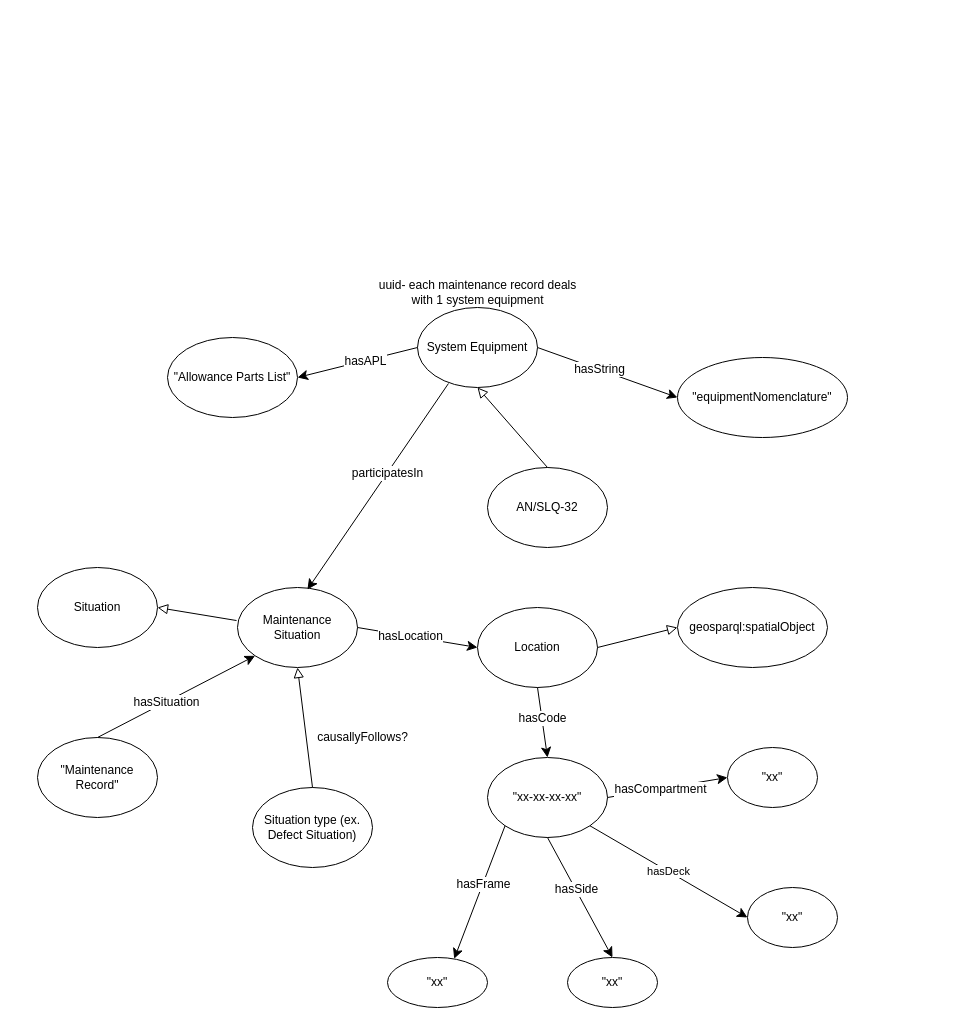
Before: Drawio Patterns/sysEquip.drawio in nd-crane/Drawio-experiments, a draw.io diagram. Source tidied: cells renumbered, new cells numbered last; positions are measured from the earlier drawing's top-left corner, leaving out a move shared by most shapes. Both pictures are drawn from the tidied source at 100%, with x=0, y=0 at pixel (37, 277).
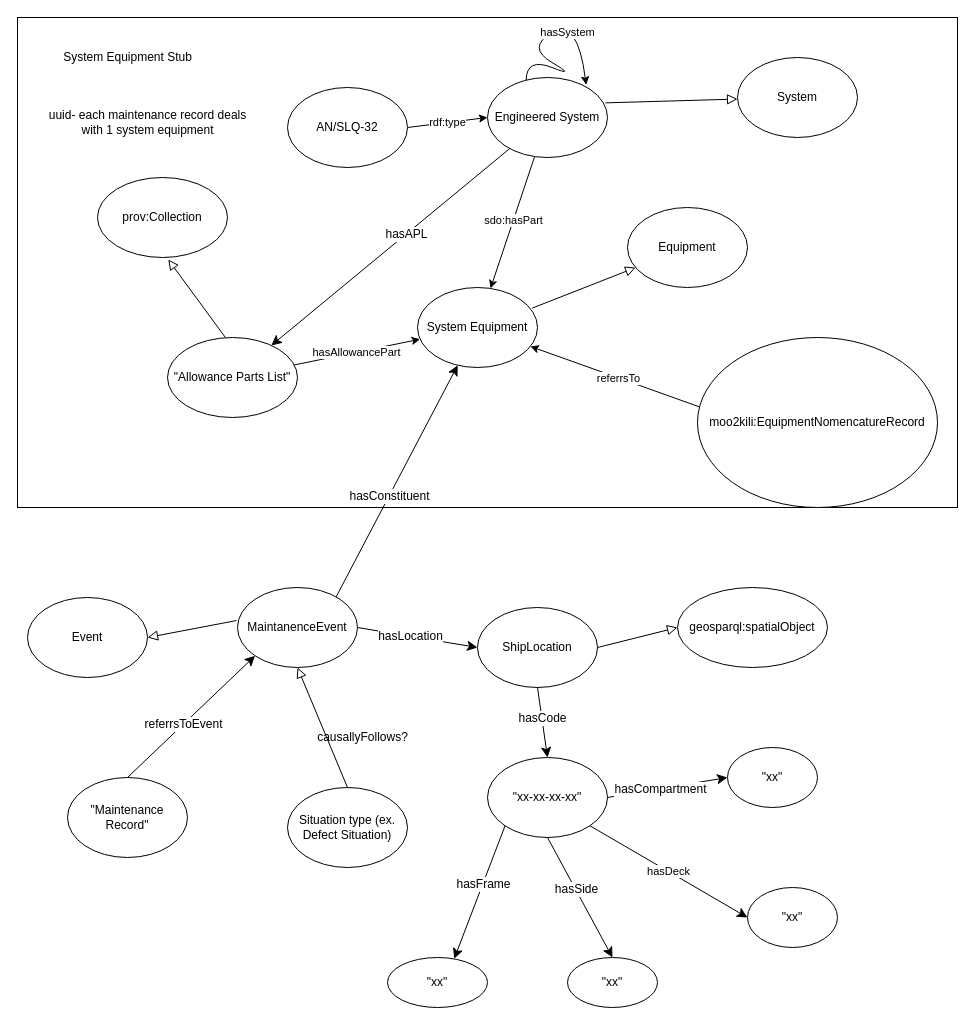
The same diagram, later.

The change refers to these unchanged cells:
```xml
<mxCell id="7" value="&quot;Allowance Parts List&quot;" style="ellipse;whiteSpace=wrap;html=1;" parent="1" vertex="1">
  <mxGeometry x="130" y="60" width="130" height="80" as="geometry" />
</mxCell>
<mxCell id="28" style="endArrow=classic;html=1;exitX=0.5;exitY=0;exitDx=0;exitDy=0;entryX=0;entryY=1;entryDx=0;entryDy=0;endSize=8;arcSize=0;" parent="1" edge="1" source="27" target="2">
  <mxGeometry relative="1" as="geometry" />
</mxCell>
```

Change to the diagram source:
```diff
@@
+    <mxCell id="42" style="rounded=0;whiteSpace=wrap;html=1;" parent="1" vertex="1">
+      <mxGeometry x="-20" y="-260" width="940" height="490" as="geometry" />
+    </mxCell>
-    <mxCell id="2" value="Maintenance Situation" style="ellipse;whiteSpace=wrap;html=1;" parent="1" vertex="1">
+    <mxCell id="2" value="MaintanenceEvent" style="ellipse;whiteSpace=wrap;html=1;" parent="1" vertex="1">
       <mxGeometry x="200" y="310" width="120" height="80" as="geometry" />
     </mxCell>
-    <mxCell id="3" value="Location" style="ellipse;whiteSpace=wrap;html=1;" parent="1" vertex="1">
+    <mxCell id="3" value="ShipLocation" style="ellipse;whiteSpace=wrap;html=1;" parent="1" vertex="1">
       <mxGeometry x="440" y="330" width="120" height="80" as="geometry" />
     </mxCell>
-    <mxCell id="4" value="Situation" style="ellipse;whiteSpace=wrap;html=1;" parent="1" vertex="1">
-      <mxGeometry y="290" width="120" height="80" as="geometry" />
+    <mxCell id="4" value="Event" style="ellipse;whiteSpace=wrap;html=1;" parent="1" vertex="1">
+      <mxGeometry x="-10" y="320" width="120" height="80" as="geometry" />
     </mxCell>
     <mxCell id="5" value="System Equipment" style="ellipse;whiteSpace=wrap;html=1;" parent="1" vertex="1">
-      <mxGeometry x="380" y="30" width="120" height="80" as="geometry" />
+      <mxGeometry x="380" y="10" width="120" height="80" as="geometry" />
     </mxCell>
-    <mxCell id="6" value="&quot;equipmentNomenclature&quot;" style="ellipse;whiteSpace=wrap;html=1;" parent="1" vertex="1">
-      <mxGeometry x="640" y="80" width="170" height="80" as="geometry" />
-    </mxCell>
@@
     <mxCell id="9" value="Situation type (ex. Defect Situation)" style="ellipse;whiteSpace=wrap;html=1;" parent="1" vertex="1">
-      <mxGeometry x="215" y="510" width="120" height="80" as="geometry" />
+      <mxGeometry x="250" y="510" width="120" height="80" as="geometry" />
     </mxCell>
@@
     <mxCell id="27" value="&quot;Maintenance Record&quot;" style="ellipse;whiteSpace=wrap;html=1;" parent="1" vertex="1">
-      <mxGeometry y="460" width="120" height="80" as="geometry" />
+      <mxGeometry x="30" y="500" width="120" height="80" as="geometry" />
     </mxCell>
@@
-    <mxCell id="29" value="hasSituation" style="text;html=1;align=center;verticalAlign=middle;labelBackgroundColor=#ffffff;" parent="28" vertex="1">
+    <mxCell id="29" value="referrsToEvent" style="text;html=1;align=center;verticalAlign=middle;labelBackgroundColor=#ffffff;" parent="28" vertex="1">
       <mxGeometry x="-0.13" relative="1" as="geometry" />
     </mxCell>
     <mxCell id="30" value="uuid- each maintenance record deals&lt;br&gt;with 1 system equipment" style="text;html=1;align=center;verticalAlign=middle;strokeColor=none;fillColor=none;" parent="1" vertex="1">
-      <mxGeometry x="335" width="210" height="30" as="geometry" />
+      <mxGeometry x="5" y="-170" width="210" height="30" as="geometry" />
     </mxCell>
-    <mxCell id="31" style="endArrow=classic;html=1;exitX=1;exitY=0.5;exitDx=0;exitDy=0;entryX=0;entryY=0.5;entryDx=0;entryDy=0;endSize=8;arcSize=0;" parent="1" edge="1" source="5" target="6">
-      <mxGeometry relative="1" as="geometry" />
-    </mxCell>
-    <mxCell id="32" value="hasString" style="text;html=1;align=center;verticalAlign=middle;labelBackgroundColor=#ffffff;" parent="31" vertex="1">
-      <mxGeometry x="-0.13" relative="1" as="geometry" />
-    </mxCell>
-    <mxCell id="33" style="endArrow=classic;html=1;exitX=0;exitY=0.5;exitDx=0;exitDy=0;entryX=1;entryY=0.5;entryDx=0;entryDy=0;endSize=8;arcSize=0;" parent="1" edge="1" source="5" target="7">
-      <mxGeometry relative="1" as="geometry" />
-    </mxCell>
-    <mxCell id="34" value="hasAPL" style="text;html=1;align=center;verticalAlign=middle;labelBackgroundColor=#ffffff;" parent="33" vertex="1">
-      <mxGeometry x="-0.13" relative="1" as="geometry" />
-    </mxCell>
+    <mxCell id="43" value="rdf:type" style="edgeStyle=none;html=1;exitX=1;exitY=0.5;exitDx=0;exitDy=0;entryX=0;entryY=0.5;entryDx=0;entryDy=0;" parent="1" edge="1" source="35" target="44">
+      <mxGeometry relative="1" as="geometry" />
+    </mxCell>
     <mxCell id="35" value="AN/SLQ-32" style="ellipse;whiteSpace=wrap;html=1;" parent="1" vertex="1">
-      <mxGeometry x="450" y="190" width="120" height="80" as="geometry" />
+      <mxGeometry x="250" y="-190" width="120" height="80" as="geometry" />
     </mxCell>
-    <mxCell id="36" style="endArrow=block;html=1;fontColor=#000099;exitX=0.5;exitY=0;exitDx=0;exitDy=0;endFill=0;entryX=0.5;entryY=1;entryDx=0;entryDy=0;endSize=8;arcSize=0;" parent="1" edge="1" source="35" target="5">
-      <mxGeometry relative="1" as="geometry" />
-    </mxCell>
-    <mxCell id="37" style="endArrow=classic;html=1;exitX=0.258;exitY=0.95;exitDx=0;exitDy=0;entryX=0.583;entryY=0.025;entryDx=0;entryDy=0;endSize=8;arcSize=0;exitPerimeter=0;entryPerimeter=0;" parent="1" edge="1" source="5" target="2">
+    <mxCell id="37" style="endArrow=classic;html=1;exitX=0.822;exitY=0.117;exitDx=0;exitDy=0;endSize=8;arcSize=0;exitPerimeter=0;" parent="1" edge="1" source="2" target="5">
       <mxGeometry relative="1" as="geometry" />
     </mxCell>
-    <mxCell id="38" value="participatesIn" style="text;html=1;align=center;verticalAlign=middle;labelBackgroundColor=#ffffff;" parent="37" vertex="1">
+    <mxCell id="38" value="hasConstituent" style="text;html=1;align=center;verticalAlign=middle;labelBackgroundColor=#ffffff;" parent="37" vertex="1">
       <mxGeometry x="-0.13" relative="1" as="geometry" />
     </mxCell>
@@
+    <mxCell id="44" value="Engineered System" style="ellipse;whiteSpace=wrap;html=1;" parent="1" vertex="1">
+      <mxGeometry x="450" y="-200" width="120" height="80" as="geometry" />
+    </mxCell>
+    <mxCell id="45" value="System" style="ellipse;whiteSpace=wrap;html=1;" parent="1" vertex="1">
+      <mxGeometry x="700" y="-220" width="120" height="80" as="geometry" />
+    </mxCell>
+    <mxCell id="46" style="endArrow=block;html=1;fontColor=#000099;exitX=0.983;exitY=0.317;exitDx=0;exitDy=0;endFill=0;endSize=8;arcSize=0;exitPerimeter=0;" parent="1" edge="1" source="44" target="45">
+      <mxGeometry relative="1" as="geometry" />
+    </mxCell>
+    <mxCell id="47" style="endArrow=classic;html=1;" parent="1" edge="1" source="44" target="5">
+      <mxGeometry relative="1" as="geometry" />
+    </mxCell>
+    <mxCell id="48" value="sdo:hasPart" style="edgeLabel;html=1;align=center;verticalAlign=middle;" parent="47" vertex="1">
+      <mxGeometry x="-0.03" relative="1" as="geometry" />
+    </mxCell>
+    <mxCell id="49" value="Equipment" style="ellipse;whiteSpace=wrap;html=1;" parent="1" vertex="1">
+      <mxGeometry x="590" y="-70" width="120" height="80" as="geometry" />
+    </mxCell>
+    <mxCell id="50" style="endArrow=block;html=1;fontColor=#000099;exitX=0.956;exitY=0.258;exitDx=0;exitDy=0;endFill=0;endSize=8;arcSize=0;exitPerimeter=0;" parent="1" edge="1" source="5" target="49">
+      <mxGeometry relative="1" as="geometry" />
+    </mxCell>
+    <mxCell id="51" value="prov:Collection" style="ellipse;whiteSpace=wrap;html=1;" parent="1" vertex="1">
+      <mxGeometry x="60" y="-100" width="130" height="80" as="geometry" />
+    </mxCell>
+    <mxCell id="52" style="endArrow=block;html=1;fontColor=#000099;exitX=0.983;exitY=0.317;exitDx=0;exitDy=0;endFill=0;endSize=8;arcSize=0;exitPerimeter=0;entryX=0.544;entryY=1.025;entryDx=0;entryDy=0;entryPerimeter=0;" parent="1" edge="1" target="51">
+      <mxGeometry relative="1" as="geometry">
+        <mxPoint x="187.9" y="60" as="sourcePoint" />
+      </mxGeometry>
+    </mxCell>
+    <mxCell id="53" value="moo2kili:EquipmentNomencatureRecord&lt;br&gt;" style="ellipse;whiteSpace=wrap;html=1;" parent="1" vertex="1">
+      <mxGeometry x="660" y="60" width="240" height="170" as="geometry" />
+    </mxCell>
+    <mxCell id="54" style="endArrow=classic;html=1;exitX=0.008;exitY=0.408;exitDx=0;exitDy=0;exitPerimeter=0;" parent="1" edge="1" source="53" target="5">
+      <mxGeometry relative="1" as="geometry" />
+    </mxCell>
+    <mxCell id="55" value="referrsTo" style="edgeLabel;html=1;align=center;verticalAlign=middle;" parent="54" vertex="1">
+      <mxGeometry x="-0.03" relative="1" as="geometry" />
+    </mxCell>
+    <mxCell id="56" style="curved=1;endArrow=classic;html=1;entryX=0.822;entryY=0.092;entryDx=0;entryDy=0;entryPerimeter=0;exitX=0.322;exitY=0.033;exitDx=0;exitDy=0;exitPerimeter=0;" parent="1" edge="1" source="44" target="44">
+      <mxGeometry relative="1" as="geometry">
+        <Array as="points">
+          <mxPoint x="489" y="-220" />
+          <mxPoint x="540" y="-200" />
+          <mxPoint x="489" y="-230" />
+          <mxPoint x="540" y="-260" />
+        </Array>
+      </mxGeometry>
+    </mxCell>
+    <mxCell id="57" value="hasSystem" style="edgeLabel;html=1;align=center;verticalAlign=middle;" parent="56" vertex="1">
+      <mxGeometry x="0.36" y="-7" relative="1" as="geometry" />
+    </mxCell>
+    <mxCell id="58" value="System Equipment Stub" style="text;html=1;align=center;verticalAlign=middle;strokeColor=none;fillColor=none;" parent="1" vertex="1">
+      <mxGeometry x="20" y="-230" width="140" height="20" as="geometry" />
+    </mxCell>
+    <mxCell id="59" style="endArrow=classic;html=1;endSize=8;arcSize=0;" parent="1" edge="1" source="44" target="7">
+      <mxGeometry relative="1" as="geometry" />
+    </mxCell>
+    <mxCell id="34" value="hasAPL" style="text;html=1;align=center;verticalAlign=middle;labelBackgroundColor=#ffffff;" parent="59" vertex="1">
+      <mxGeometry x="-0.13" relative="1" as="geometry" />
+    </mxCell>
+    <mxCell id="60" value="hasAllowancePart" style="endArrow=classic;html=1;" parent="1" edge="1" source="7" target="5">
+      <mxGeometry relative="1" as="geometry" />
+    </mxCell>
```
